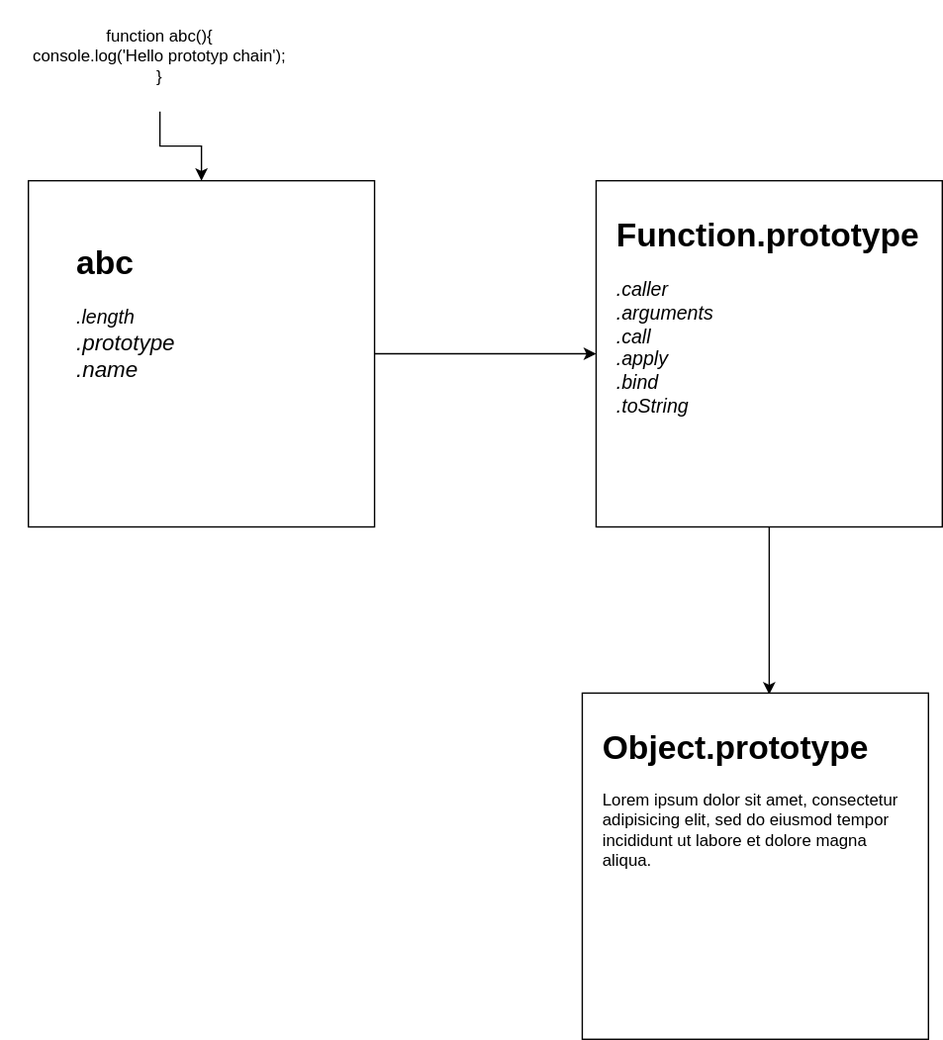
This is protype-chain.svg from nishantatgit/some-js-things, a draw.io export, as it was before one commit. Source tidied: cells renumbered, new cells last; positions are measured from the earlier drawing's top-left corner, leaving out a move shared by most shapes.
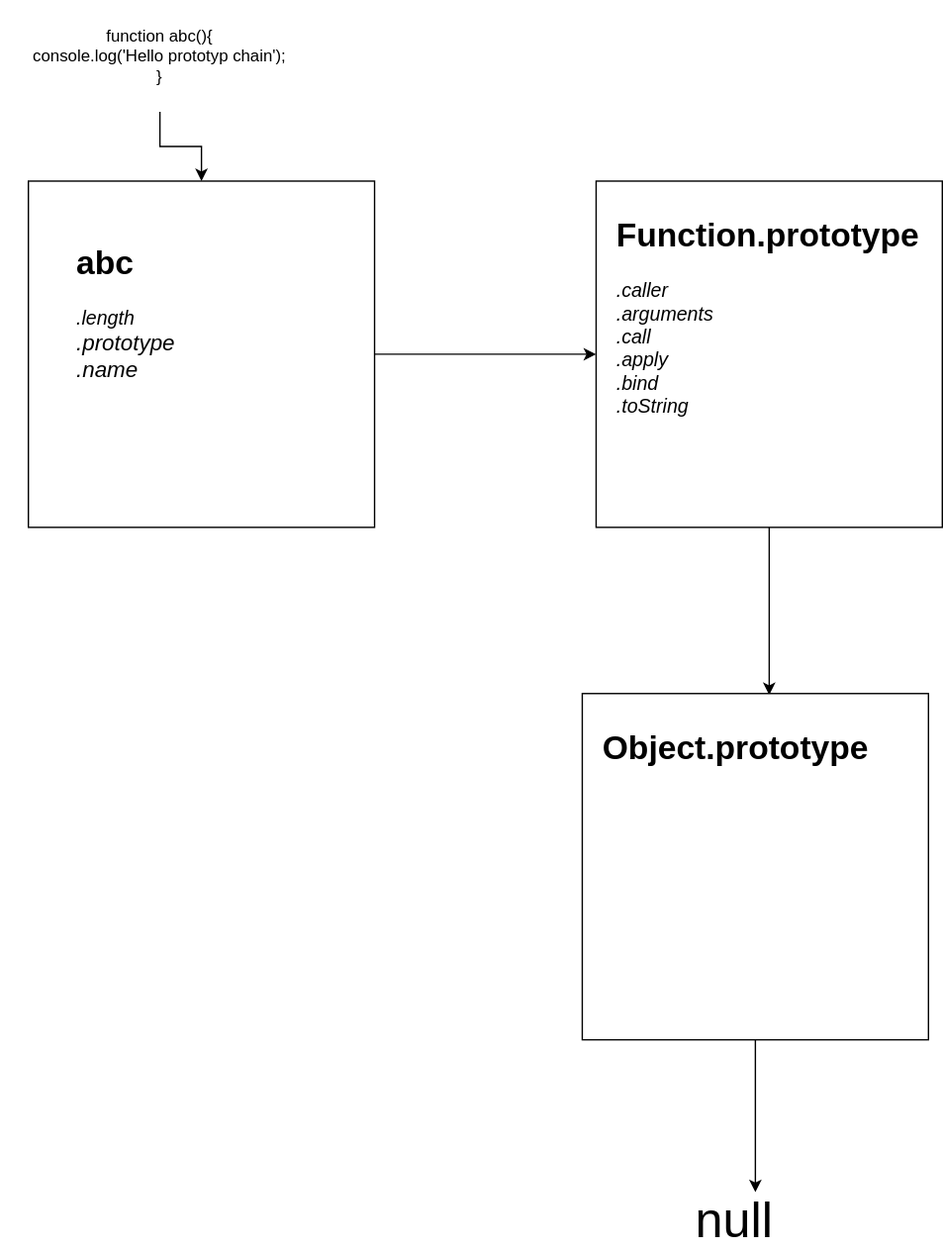
Above is the later version.

The edit, as a diff of the source:
```diff
@@ -14,6 +14,11 @@
     <mxCell id="5" style="whiteSpace=wrap;html=1;" parent="1" vertex="1">
       <mxGeometry x="430" y="130" width="250" height="250" as="geometry" />
     </mxCell>
+    <mxCell id="12" style="edgeStyle=orthogonalEdgeStyle;rounded=0;jettySize=auto;html=1;" parent="1" edge="1" source="6">
+      <mxGeometry relative="1" as="geometry">
+        <mxPoint x="545" y="860" as="targetPoint" />
+      </mxGeometry>
+    </mxCell>
     <mxCell id="6" style="whiteSpace=wrap;html=1;" parent="1" vertex="1">
       <mxGeometry x="420" y="500" width="250" height="250" as="geometry" />
     </mxCell>
@@ -34,8 +39,11 @@
     <mxCell id="10" value="&lt;h1&gt;Function.prototype&lt;br&gt;&lt;/h1&gt;&lt;p&gt;&lt;i&gt;&lt;font style=&quot;font-size: 14px&quot;&gt;.caller&lt;br&gt;.arguments&lt;br&gt;.call&lt;br&gt;.apply&lt;br&gt;.bind&lt;br&gt;.toString&lt;/font&gt;&lt;/i&gt;&lt;br&gt;&lt;br&gt;&lt;/p&gt;" style="text;html=1;strokeColor=none;fillColor=none;spacing=5;spacingTop=-20;whiteSpace=wrap;overflow=hidden;rounded=0;" parent="1" vertex="1">
       <mxGeometry x="440" y="150" width="230" height="220" as="geometry" />
     </mxCell>
-    <mxCell id="11" value="&lt;h1&gt;Object.prototype&lt;br&gt;&lt;/h1&gt;&lt;p&gt;Lorem ipsum dolor sit amet, consectetur adipisicing elit, sed do eiusmod tempor incididunt ut labore et dolore magna aliqua.&lt;/p&gt;" style="text;html=1;strokeColor=none;fillColor=none;spacing=5;spacingTop=-20;whiteSpace=wrap;overflow=hidden;rounded=0;" parent="1" vertex="1">
+    <mxCell id="11" value="&lt;h1&gt;Object.prototype&lt;br&gt;&lt;/h1&gt;&lt;p&gt;&lt;br&gt;&lt;/p&gt;" style="text;html=1;strokeColor=none;fillColor=none;spacing=5;spacingTop=-20;whiteSpace=wrap;overflow=hidden;rounded=0;" parent="1" vertex="1">
       <mxGeometry x="430" y="520" width="230" height="120" as="geometry" />
     </mxCell>
+    <mxCell id="13" value="&lt;font style=&quot;font-size: 36px&quot;&gt;null&lt;/font&gt;" style="text;html=1;strokeColor=none;fillColor=none;align=center;verticalAlign=middle;whiteSpace=wrap;rounded=0;" parent="1" vertex="1">
+      <mxGeometry x="510" y="870" width="40" height="20" as="geometry" />
+    </mxCell>
   </root>
 </mxGraphModel>
```
